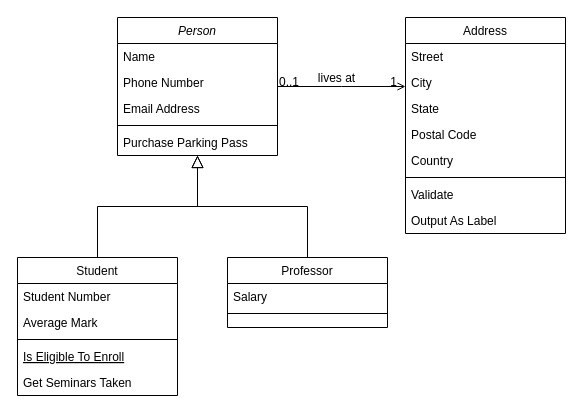
The draw.io diagram Untitled Diagram.drawio in 0xyoruichi/Campaign, before the edit. Source tidied: cells renumbered, new cells numbered last; positions are measured from the earlier drawing's top-left corner, leaving out a move shared by most shapes. Both pictures are drawn from the tidied source at 100%, with x=0, y=0 at pixel (17, 17).
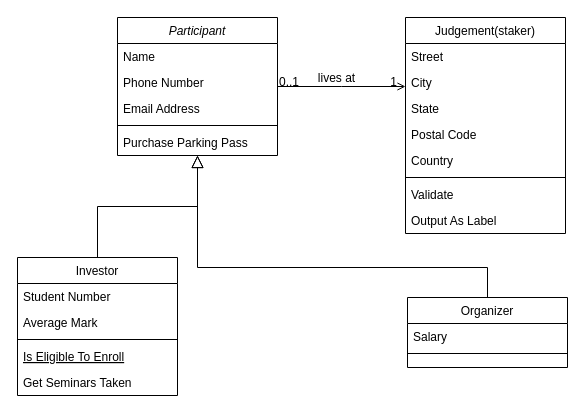
The same diagram, later.

Change to the diagram source:
```diff
@@
-    <mxCell id="2" value="Person" style="swimlane;fontStyle=2;align=center;verticalAlign=top;horizontal=1;startSize=26;rounded=0;shadow=0;strokeWidth=1;" parent="1" vertex="1">
+    <mxCell id="2" value="Participant" style="swimlane;fontStyle=2;align=center;verticalAlign=top;horizontal=1;startSize=26;rounded=0;shadow=0;strokeWidth=1;" parent="1" vertex="1">
       <mxGeometry x="100" width="160" height="138" as="geometry" />
     </mxCell>
@@
-    <mxCell id="8" value="Student" style="swimlane;fontStyle=0;align=center;verticalAlign=top;horizontal=1;startSize=26;rounded=0;shadow=0;strokeWidth=1;" parent="1" vertex="1">
+    <mxCell id="8" value="Investor" style="swimlane;fontStyle=0;align=center;verticalAlign=top;horizontal=1;startSize=26;rounded=0;shadow=0;strokeWidth=1;" parent="1" vertex="1">
       <mxGeometry y="240" width="160" height="138" as="geometry" />
     </mxCell>
@@
-    <mxCell id="15" value="Professor" style="swimlane;fontStyle=0;align=center;verticalAlign=top;horizontal=1;startSize=26;rounded=0;shadow=0;strokeWidth=1;" parent="1" vertex="1">
-      <mxGeometry x="210" y="240" width="160" height="70" as="geometry" />
+    <mxCell id="15" value="Organizer" style="swimlane;fontStyle=0;align=center;verticalAlign=top;horizontal=1;startSize=26;rounded=0;shadow=0;strokeWidth=1;" parent="1" vertex="1">
+      <mxGeometry x="390" y="280" width="160" height="70" as="geometry" />
     </mxCell>
@@
     <mxCell id="18" style="endArrow=block;endSize=10;endFill=0;shadow=0;strokeWidth=1;rounded=0;edgeStyle=elbowEdgeStyle;elbow=vertical;" parent="1" edge="1" source="15" target="2">
-      <mxGeometry relative="1" as="geometry" />
+      <mxGeometry relative="1" as="geometry">
+        <Array as="points">
+          <mxPoint x="320" y="250" />
+        </Array>
+      </mxGeometry>
     </mxCell>
-    <mxCell id="19" value="Address" style="swimlane;fontStyle=0;align=center;verticalAlign=top;horizontal=1;startSize=26;rounded=0;shadow=0;strokeWidth=1;" parent="1" vertex="1">
+    <mxCell id="19" value="Judgement(staker)" style="swimlane;fontStyle=0;align=center;verticalAlign=top;horizontal=1;startSize=26;rounded=0;shadow=0;strokeWidth=1;" parent="1" vertex="1">
       <mxGeometry x="388" width="160" height="216" as="geometry" />
     </mxCell>
```
